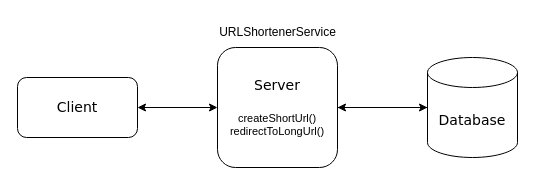
The draw.io diagram URL Shortener - Basic Architecture.drawio in yaswanthharidasu/Draw.io, before the edit. Source tidied: cells renumbered, new cells numbered last; positions are measured from the earlier drawing's top-left corner, leaving out a move shared by most shapes. Both pictures are drawn from the tidied source at 100%, with x=0, y=0 at pixel (17, 17).
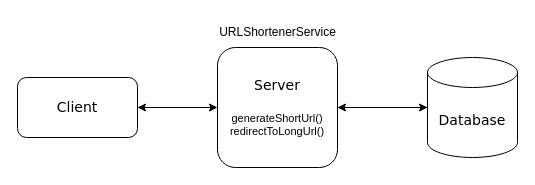
After the change.

Change to the diagram source:
```diff
@@
 <mxGraphModel>
   <root>
     <mxCell id="0" />
     <mxCell id="1" parent="0" />
     <mxCell id="2" value="&lt;font face=&quot;Verdana&quot; style=&quot;font-size: 14px;&quot;&gt;Client&lt;/font&gt;" style="rounded=1;whiteSpace=wrap;html=1;" parent="1" vertex="1">
       <mxGeometry y="60" width="120" height="60" as="geometry" />
     </mxCell>
-    <mxCell id="3" value="&lt;font face=&quot;Verdana&quot; style=&quot;font-size: 14px;&quot;&gt;Server&lt;/font&gt;&lt;div&gt;&lt;font face=&quot;Verdana&quot;&gt;&lt;span style=&quot;font-size: 14px;&quot;&gt;&lt;br&gt;&lt;/span&gt;&lt;/font&gt;&lt;div&gt;&lt;span style=&quot;font-size: 11px; white-space: nowrap; background-color: rgb(255, 255, 255);&quot;&gt;createShortUrl()&lt;/span&gt;&lt;div style=&quot;font-size: 11px; white-space: nowrap; background-color: rgb(255, 255, 255);&quot;&gt;redirectToLongUrl()&lt;/div&gt;&lt;/div&gt;&lt;/div&gt;" style="rounded=1;whiteSpace=wrap;html=1;" parent="1" vertex="1">
+    <mxCell id="3" value="&lt;font face=&quot;Verdana&quot; style=&quot;font-size: 14px;&quot;&gt;Server&lt;/font&gt;&lt;div&gt;&lt;font face=&quot;Verdana&quot;&gt;&lt;span style=&quot;font-size: 14px;&quot;&gt;&lt;br&gt;&lt;/span&gt;&lt;/font&gt;&lt;div&gt;&lt;span style=&quot;font-size: 11px; white-space: nowrap; background-color: rgb(255, 255, 255);&quot;&gt;generateShortUrl()&lt;/span&gt;&lt;div style=&quot;font-size: 11px; white-space: nowrap; background-color: rgb(255, 255, 255);&quot;&gt;redirectToLongUrl()&lt;/div&gt;&lt;/div&gt;&lt;/div&gt;" style="rounded=1;whiteSpace=wrap;html=1;" parent="1" vertex="1">
       <mxGeometry x="200" y="30" width="120" height="120" as="geometry" />
     </mxCell>
     <mxCell id="4" style="endArrow=classic;startArrow=classic;html=1;rounded=0;entryX=0;entryY=0.5;entryDx=0;entryDy=0;exitX=1;exitY=0.5;exitDx=0;exitDy=0;" parent="1" edge="1" source="2" target="3">
       <mxGeometry relative="1" as="geometry" />
     </mxCell>
     <mxCell id="5" style="edgeStyle=orthogonalEdgeStyle;rounded=0;jettySize=auto;html=1;" parent="1" edge="1" source="6" target="3">
       <mxGeometry relative="1" as="geometry" />
     </mxCell>
     <mxCell id="6" value="&lt;font face=&quot;Verdana&quot; style=&quot;font-size: 14px;&quot;&gt;Database&lt;/font&gt;" style="shape=cylinder3;whiteSpace=wrap;html=1;boundedLbl=1;backgroundOutline=1;size=15;" parent="1" vertex="1">
       <mxGeometry x="410" y="40" width="90" height="100" as="geometry" />
     </mxCell>
     <mxCell id="7" style="edgeStyle=orthogonalEdgeStyle;rounded=0;jettySize=auto;html=1;entryX=0;entryY=0.5;entryDx=0;entryDy=0;entryPerimeter=0;" parent="1" edge="1" source="3" target="6">
       <mxGeometry relative="1" as="geometry" />
     </mxCell>
     <mxCell id="8" value="URLShortenerService" style="text;html=1;align=center;verticalAlign=middle;strokeColor=none;fillColor=none;" parent="1" vertex="1">
       <mxGeometry x="190" width="140" height="30" as="geometry" />
     </mxCell>
   </root>
 </mxGraphModel>
```
